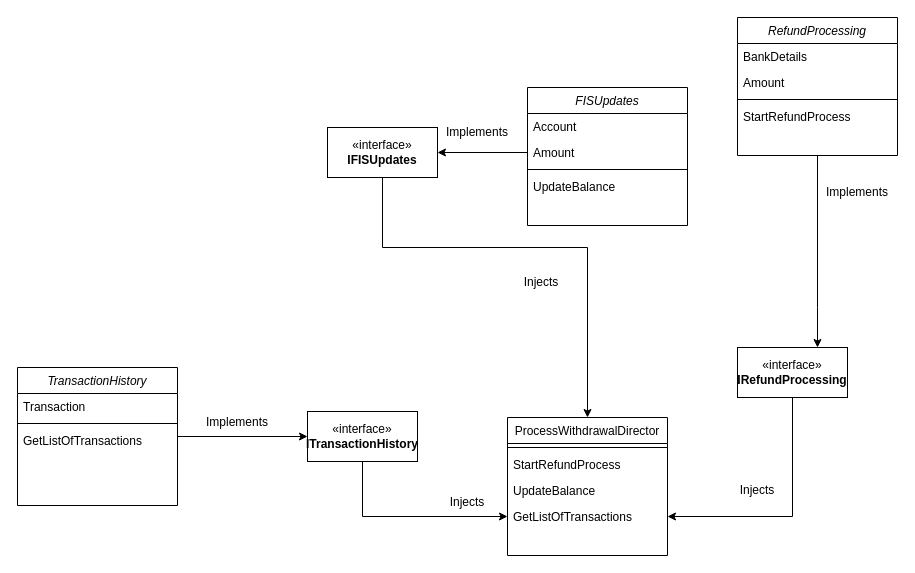
Above: CashWithdrawalsClassDiagram.drawio in mattwatts36/drawings (draw.io), before the change. Source tidied: cells renumbered, new cells numbered last; positions are measured from the earlier drawing's top-left corner, leaving out a move shared by most shapes. Both pictures are drawn from the tidied source at 100%, with x=0, y=0 at pixel (17, 17).
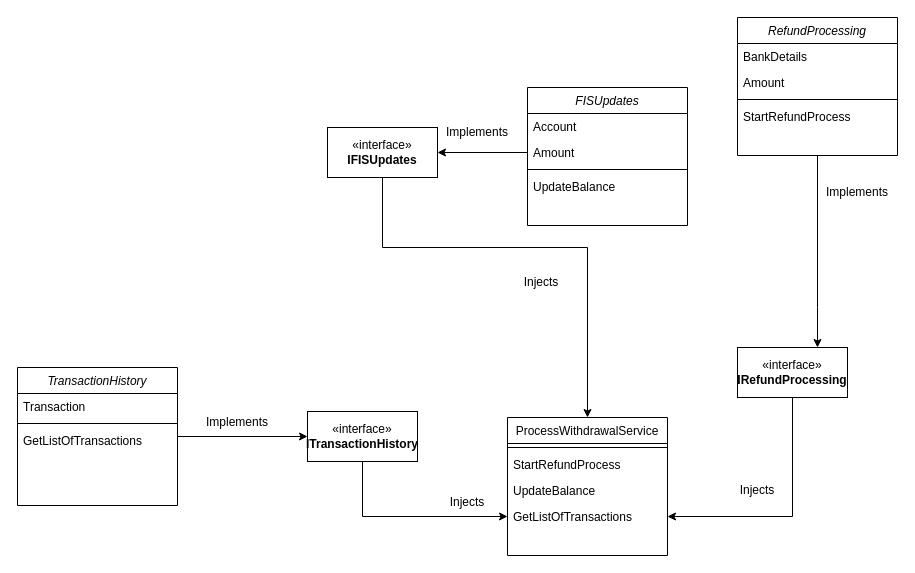
After the change.

Change to the diagram source:
```diff
@@
-    <mxCell id="8" value="ProcessWithdrawalDirector" style="swimlane;fontStyle=0;align=center;verticalAlign=top;horizontal=1;startSize=26;rounded=0;shadow=0;strokeWidth=1;" parent="1" vertex="1">
+    <mxCell id="8" value="ProcessWithdrawalService" style="swimlane;fontStyle=0;align=center;verticalAlign=top;horizontal=1;startSize=26;rounded=0;shadow=0;strokeWidth=1;" parent="1" vertex="1">
       <mxGeometry x="490" y="400" width="160" height="138" as="geometry" />
     </mxCell>
```
